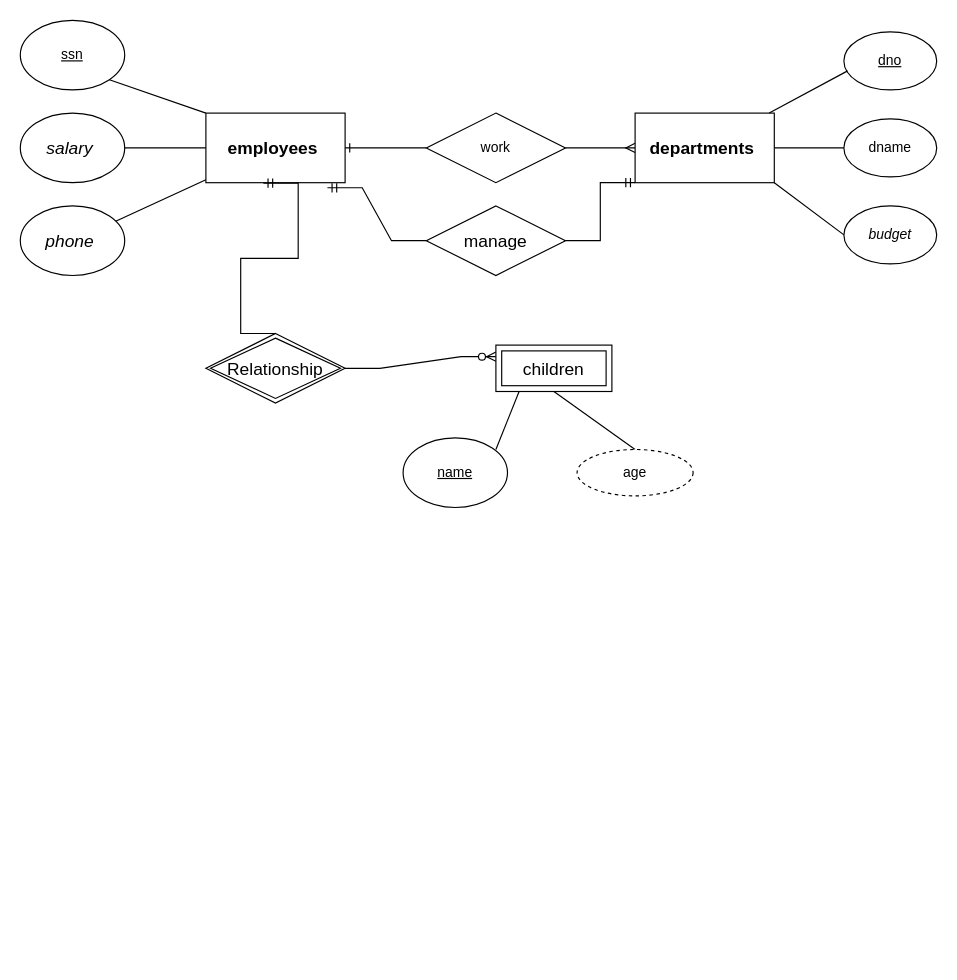
giangcoiphp/covid19 keeps this draw.io diagram as Biểu đồ không có tiêu đề.drawio. Above is the earlier version. Source tidied: cells renumbered, new cells numbered last; positions are measured from the earlier drawing's top-left corner, leaving out a move shared by most shapes. Both pictures are drawn from the tidied source at 116%, with x=0, y=0 at pixel (20, 20).
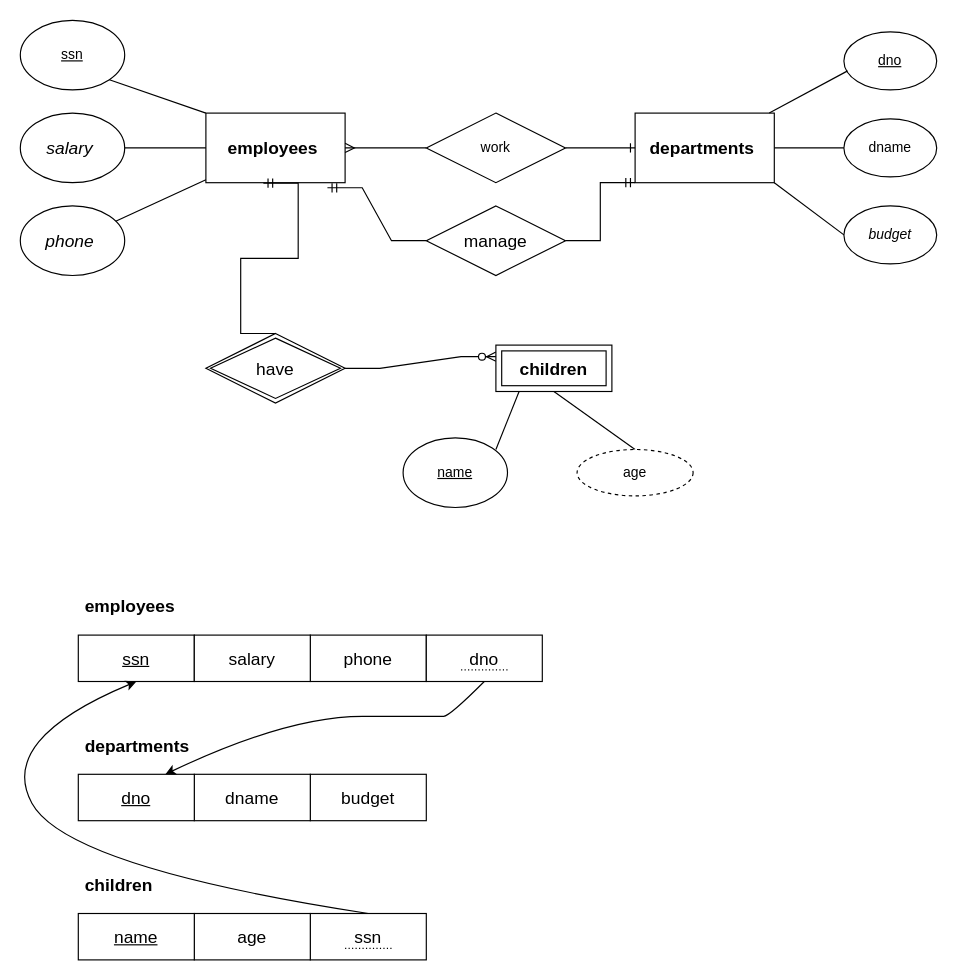
After the change.

Commit message:
BSQL Assignment 101.drawio

Unchanged cells that the change refers to:
```xml
<mxCell id="2" value="&lt;span style=&quot;box-sizing: inherit; font-weight: 700; font-family: Muli, sans-serif; font-size: 15px; text-align: justify; background-color: rgb(255, 255, 255);&quot;&gt;employees&lt;/span&gt;&lt;span style=&quot;font-family: Muli, sans-serif; font-size: 15px; text-align: justify; background-color: rgb(255, 255, 255);&quot;&gt;&amp;nbsp;&lt;/span&gt;" style="rounded=0;whiteSpace=wrap;html=1;" parent="1" vertex="1">
  <mxGeometry x="160" y="80" width="120" height="60" as="geometry" />
</mxCell>
<mxCell id="6" value="&lt;span style=&quot;box-sizing: inherit; font-weight: 700; font-family: Muli, sans-serif; font-size: 15px; text-align: justify; background-color: rgb(255, 255, 255);&quot;&gt;departments&lt;/span&gt;&lt;em style=&quot;box-sizing: inherit; font-family: Muli, sans-serif; font-size: 15px; text-align: justify; background-color: rgb(255, 255, 255);&quot;&gt;&amp;nbsp;&lt;/em&gt;" style="rounded=0;whiteSpace=wrap;html=1;" parent="1" vertex="1">
  <mxGeometry x="530" y="80" width="120" height="60" as="geometry" />
</mxCell>
<mxCell id="20" value="work" style="shape=rhombus;perimeter=rhombusPerimeter;whiteSpace=wrap;html=1;align=center;" parent="1" vertex="1">
  <mxGeometry x="350" y="80" width="120" height="60" as="geometry" />
</mxCell>
```

The edit, as a diff of the source:
```diff
@@
-    <mxCell id="21" style="edgeStyle=entityRelationEdgeStyle;fontSize=12;html=1;endArrow=ERone;endFill=1;rounded=0;entryX=1;entryY=0.5;entryDx=0;entryDy=0;exitX=0;exitY=0.5;exitDx=0;exitDy=0;" parent="1" edge="1" source="20" target="2">
-      <mxGeometry relative="1" as="geometry" />
-    </mxCell>
-    <mxCell id="22" style="edgeStyle=entityRelationEdgeStyle;fontSize=12;html=1;endArrow=ERmany;rounded=0;exitX=1;exitY=0.5;exitDx=0;exitDy=0;entryX=0;entryY=0.5;entryDx=0;entryDy=0;" parent="1" edge="1" source="20" target="6">
-      <mxGeometry relative="1" as="geometry" />
-    </mxCell>
@@
-    <mxCell id="27" value="Relationship" style="shape=rhombus;double=1;perimeter=rhombusPerimeter;whiteSpace=wrap;html=1;align=center;fontSize=15;" parent="1" vertex="1">
+    <mxCell id="27" value="have" style="shape=rhombus;double=1;perimeter=rhombusPerimeter;whiteSpace=wrap;html=1;align=center;fontSize=15;" parent="1" vertex="1">
       <mxGeometry x="160" y="270" width="120" height="60" as="geometry" />
     </mxCell>
@@
-    <mxCell id="29" value="children" style="shape=ext;margin=3;double=1;whiteSpace=wrap;html=1;align=center;fontSize=15;" parent="1" vertex="1">
+    <mxCell id="29" value="&lt;b&gt;children&lt;/b&gt;" style="shape=ext;margin=3;double=1;whiteSpace=wrap;html=1;align=center;fontSize=15;" parent="1" vertex="1">
       <mxGeometry x="410" y="280" width="100" height="40" as="geometry" />
     </mxCell>
+    <mxCell id="22" style="edgeStyle=entityRelationEdgeStyle;fontSize=12;html=1;endArrow=ERone;endFill=1;rounded=0;entryX=0;entryY=0.5;entryDx=0;entryDy=0;exitX=1;exitY=0.5;exitDx=0;exitDy=0;" parent="1" edge="1" source="20" target="6">
+      <mxGeometry relative="1" as="geometry" />
+    </mxCell>
+    <mxCell id="21" style="edgeStyle=entityRelationEdgeStyle;fontSize=12;html=1;endArrow=ERmany;rounded=0;entryX=1;entryY=0.5;entryDx=0;entryDy=0;exitX=0;exitY=0.5;exitDx=0;exitDy=0;" parent="1" edge="1" source="20" target="2">
+      <mxGeometry relative="1" as="geometry" />
+    </mxCell>
+    <mxCell id="30" value="&lt;u&gt;ssn&lt;/u&gt;" style="whiteSpace=wrap;html=1;align=center;fontSize=15;" parent="1" vertex="1">
+      <mxGeometry x="50" y="530" width="100" height="40" as="geometry" />
+    </mxCell>
+    <mxCell id="31" value="phone" style="whiteSpace=wrap;html=1;align=center;fontSize=15;" parent="1" vertex="1">
+      <mxGeometry x="250" y="530" width="100" height="40" as="geometry" />
+    </mxCell>
+    <mxCell id="32" value="budget" style="whiteSpace=wrap;html=1;align=center;fontSize=15;" parent="1" vertex="1">
+      <mxGeometry x="250" y="650" width="100" height="40" as="geometry" />
+    </mxCell>
+    <mxCell id="33" value="dname" style="whiteSpace=wrap;html=1;align=center;fontSize=15;" parent="1" vertex="1">
+      <mxGeometry x="150" y="650" width="100" height="40" as="geometry" />
+    </mxCell>
+    <mxCell id="34" value="&lt;u&gt;dno&lt;/u&gt;" style="whiteSpace=wrap;html=1;align=center;fontSize=15;" parent="1" vertex="1">
+      <mxGeometry x="50" y="650" width="100" height="40" as="geometry" />
+    </mxCell>
+    <mxCell id="35" value="salary" style="whiteSpace=wrap;html=1;align=center;fontSize=15;" parent="1" vertex="1">
+      <mxGeometry x="150" y="530" width="100" height="40" as="geometry" />
+    </mxCell>
+    <mxCell id="36" value="dno" style="whiteSpace=wrap;html=1;align=center;fontSize=15;" parent="1" vertex="1">
+      <mxGeometry x="350" y="530" width="100" height="40" as="geometry" />
+    </mxCell>
+    <mxCell id="37" value="employees " style="text;strokeColor=none;fillColor=none;spacingLeft=4;spacingRight=4;overflow=hidden;fontSize=15;fontStyle=1;" parent="1" vertex="1">
+      <mxGeometry x="50" y="490" width="100" height="30" as="geometry" />
+    </mxCell>
+    <mxCell id="38" style="endArrow=none;html=1;rounded=0;dashed=1;dashPattern=1 2;fontSize=15;" parent="1" edge="1">
+      <mxGeometry relative="1" as="geometry">
+        <mxPoint x="380" y="560" as="sourcePoint" />
+        <mxPoint x="420" y="560" as="targetPoint" />
+      </mxGeometry>
+    </mxCell>
+    <mxCell id="39" style="html=1;align=right;verticalAlign=bottom;fontSize=15;" parent="38" vertex="1">
+      <mxGeometry x="1" relative="1" as="geometry" />
+    </mxCell>
+    <mxCell id="40" value="departments " style="text;strokeColor=none;fillColor=none;align=left;verticalAlign=middle;spacingLeft=4;spacingRight=4;overflow=hidden;fontSize=15;fontStyle=1;" parent="1" vertex="1">
+      <mxGeometry x="50" y="610" width="110" height="30" as="geometry" />
+    </mxCell>
+    <mxCell id="41" value="ssn" style="whiteSpace=wrap;html=1;align=center;fontSize=15;" parent="1" vertex="1">
+      <mxGeometry x="250" y="770" width="100" height="40" as="geometry" />
+    </mxCell>
+    <mxCell id="42" value="age" style="whiteSpace=wrap;html=1;align=center;fontSize=15;" parent="1" vertex="1">
+      <mxGeometry x="150" y="770" width="100" height="40" as="geometry" />
+    </mxCell>
+    <mxCell id="43" value="&lt;u&gt;name&lt;/u&gt;" style="whiteSpace=wrap;html=1;align=center;fontSize=15;" parent="1" vertex="1">
+      <mxGeometry x="50" y="770" width="100" height="40" as="geometry" />
+    </mxCell>
+    <mxCell id="44" value="children" style="text;strokeColor=none;fillColor=none;align=left;verticalAlign=middle;spacingLeft=4;spacingRight=4;overflow=hidden;fontSize=15;fontStyle=1;" parent="1" vertex="1">
+      <mxGeometry x="50" y="730" width="110" height="30" as="geometry" />
+    </mxCell>
+    <mxCell id="45" style="endArrow=none;html=1;rounded=0;dashed=1;dashPattern=1 2;fontSize=15;" parent="1" edge="1">
+      <mxGeometry relative="1" as="geometry">
+        <mxPoint x="390" y="570" as="sourcePoint" />
+        <mxPoint x="430" y="570" as="targetPoint" />
+      </mxGeometry>
+    </mxCell>
+    <mxCell id="46" style="html=1;align=right;verticalAlign=bottom;fontSize=15;" parent="45" vertex="1">
+      <mxGeometry x="1" relative="1" as="geometry" />
+    </mxCell>
+    <mxCell id="47" style="endArrow=none;html=1;rounded=0;dashed=1;dashPattern=1 2;fontSize=15;" parent="1" edge="1">
+      <mxGeometry relative="1" as="geometry">
+        <mxPoint x="280" y="800" as="sourcePoint" />
+        <mxPoint x="320" y="800" as="targetPoint" />
+      </mxGeometry>
+    </mxCell>
+    <mxCell id="48" style="curved=1;endArrow=classic;html=1;rounded=0;fontSize=15;exitX=0.5;exitY=0;exitDx=0;exitDy=0;entryX=0.5;entryY=1;entryDx=0;entryDy=0;" parent="1" edge="1" source="41" target="30">
+      <mxGeometry relative="1" as="geometry">
+        <Array as="points">
+          <mxPoint x="40" y="730" />
+          <mxPoint x="-20" y="620" />
+        </Array>
+      </mxGeometry>
+    </mxCell>
+    <mxCell id="49" style="curved=1;endArrow=classic;html=1;rounded=0;fontSize=15;exitX=0.5;exitY=1;exitDx=0;exitDy=0;entryX=0.75;entryY=0;entryDx=0;entryDy=0;" parent="1" edge="1" source="36" target="34">
+      <mxGeometry relative="1" as="geometry">
+        <Array as="points">
+          <mxPoint x="370" y="600" />
+          <mxPoint x="360" y="600" />
+          <mxPoint x="230" y="600" />
+        </Array>
+      </mxGeometry>
+    </mxCell>
```
